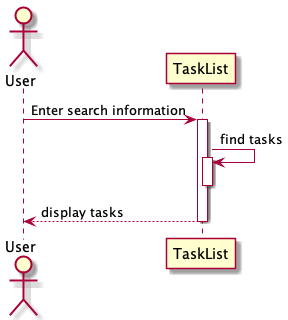
This is documents/diagrams/out/web-client/search/search.png from Kritsanawipankhet/CE64-41, a PlantUML export, as it was before one commit. Source of this version:
```plantuml
@startuml
Actor User
User -> TaskList : Enter search information
activate TaskList
TaskList -> TaskList: find tasks
activate TaskList
deactivate TaskList
TaskList --> User: display tasks
deactivate TaskList
@enduml
```
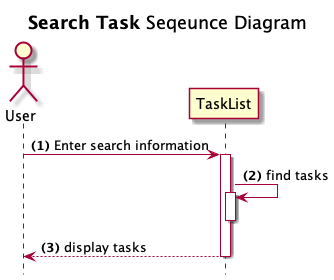
The same diagram one commit later.

What changed in the source:
```diff
@@ -1,5 +1,8 @@
 @startuml
+title **Search Task** Seqeunce Diagram
+hide footbox
 Actor User
+autonumber "<b>(0)"
 User -> TaskList : Enter search information
 activate TaskList
 TaskList -> TaskList: find tasks
```
